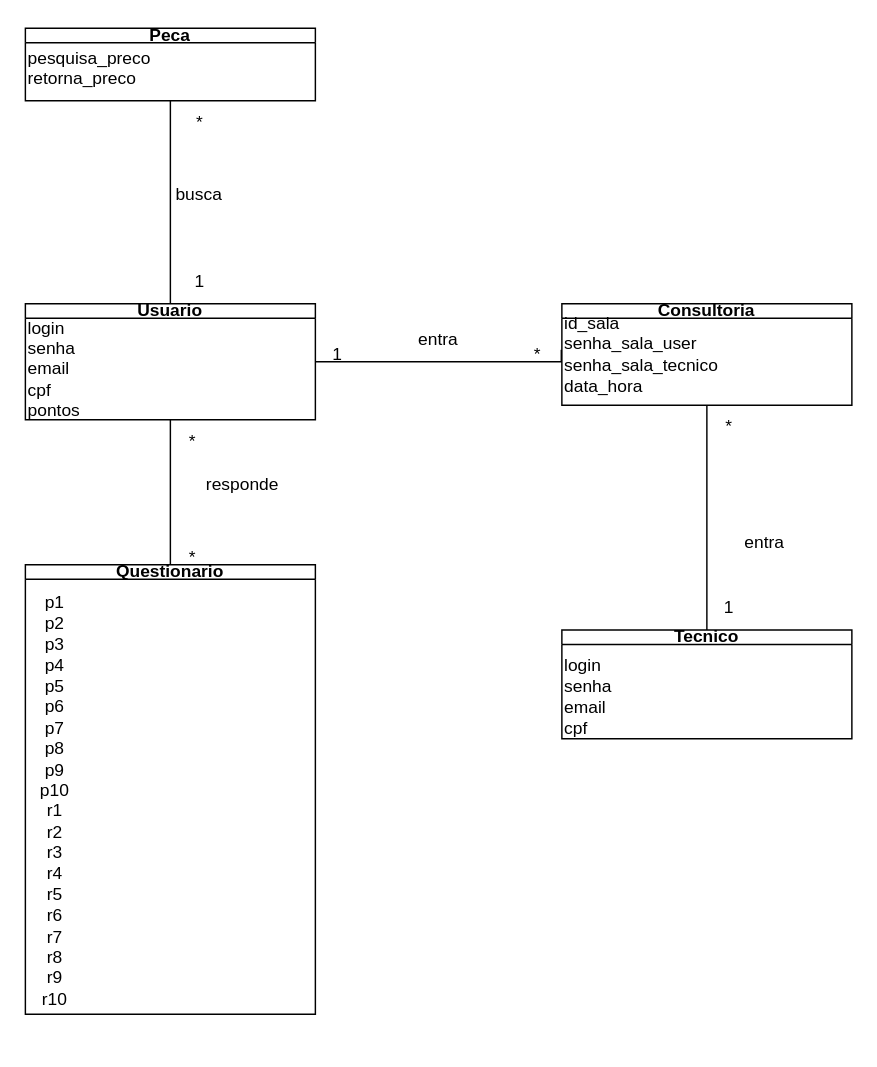
The draw.io diagram page "Page-10" (10 of 11) of Diagrama sem nome.drawio in devguina/CEFET-Software_Engineering, before the edit. Source tidied: cells renumbered, new cells numbered last; positions are measured from the earlier drawing's top-left corner, leaving out a move shared by most shapes. Both pictures are drawn from the tidied source at 145%, with x=0, y=0 at pixel (25, 28).
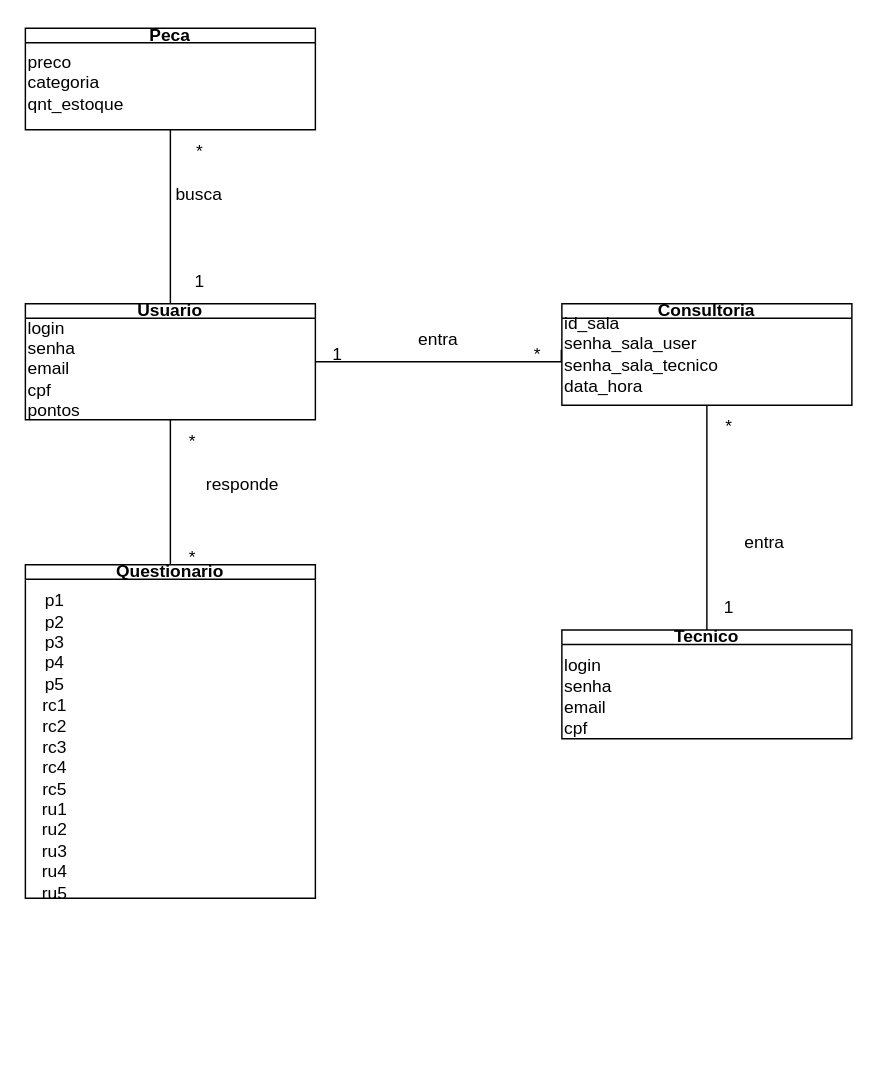
The same diagram, later.

The change refers to these unchanged cells:
```xml
<mxCell id="3" value="Usuario" style="swimlane;whiteSpace=wrap;html=1;startSize=10;" parent="1" vertex="1">
  <mxGeometry y="190" width="200" height="80" as="geometry" />
</mxCell>
```

Change to the diagram source:
```diff
@@
     <mxCell id="5" value="Questionario" style="swimlane;whiteSpace=wrap;html=1;startSize=10;" parent="1" vertex="1">
-      <mxGeometry y="370" width="200" height="310" as="geometry" />
+      <mxGeometry y="370" width="200" height="230" as="geometry" />
     </mxCell>
-    <mxCell id="6" value="&lt;div&gt;p1&lt;/div&gt;&lt;div&gt;p2&lt;/div&gt;&lt;div&gt;p3&lt;/div&gt;&lt;div&gt;p4&lt;/div&gt;&lt;div&gt;p5&lt;/div&gt;&lt;div&gt;p6&lt;/div&gt;&lt;div&gt;p7&lt;/div&gt;&lt;div&gt;p8&lt;/div&gt;&lt;div&gt;p9&lt;/div&gt;&lt;div&gt;p10&lt;/div&gt;&lt;div&gt;r1&lt;/div&gt;&lt;div&gt;r2&lt;/div&gt;&lt;div&gt;r3&lt;/div&gt;&lt;div&gt;r4&lt;/div&gt;&lt;div&gt;r5&lt;/div&gt;&lt;div&gt;r6&lt;/div&gt;&lt;div&gt;r7&lt;/div&gt;&lt;div&gt;r8&lt;/div&gt;&lt;div&gt;r9&lt;/div&gt;&lt;div&gt;r10&lt;/div&gt;&lt;div&gt;&lt;br&gt;&lt;/div&gt;" style="text;html=1;align=center;verticalAlign=middle;strokeColor=none;fillColor=none;" parent="5" vertex="1">
-      <mxGeometry y="10" width="40" height="320" as="geometry" />
+    <mxCell id="6" value="&lt;div&gt;&lt;div&gt;p1&lt;/div&gt;&lt;div&gt;p2&lt;/div&gt;&lt;div&gt;p3&lt;/div&gt;&lt;div&gt;p4&lt;/div&gt;&lt;div&gt;p5&lt;/div&gt;&lt;div&gt;rc1&lt;/div&gt;&lt;div&gt;rc2&lt;/div&gt;&lt;div&gt;rc3&lt;/div&gt;&lt;div&gt;rc4&lt;/div&gt;&lt;div&gt;rc5&lt;/div&gt;&lt;div&gt;ru1&lt;/div&gt;&lt;div&gt;ru2&lt;/div&gt;&lt;div&gt;ru3&lt;/div&gt;&lt;div&gt;ru4&lt;/div&gt;&lt;div&gt;ru5&lt;/div&gt;&lt;div&gt;&lt;br&gt;&lt;/div&gt;&lt;div&gt;&lt;br&gt;&lt;/div&gt;&lt;/div&gt;" style="text;html=1;align=center;verticalAlign=middle;strokeColor=none;fillColor=none;" parent="5" vertex="1">
+      <mxGeometry y="10" width="40" height="260" as="geometry" />
     </mxCell>
@@
     <mxCell id="22" value="Peca" style="swimlane;whiteSpace=wrap;html=1;startSize=10;" parent="1" vertex="1">
-      <mxGeometry width="200" height="50" as="geometry" />
+      <mxGeometry width="200" height="70" as="geometry" />
     </mxCell>
-    <mxCell id="23" value="pesquisa_preco&lt;div&gt;retorna_preco&lt;/div&gt;&lt;div&gt;&lt;br&gt;&lt;/div&gt;" style="text;html=1;align=left;verticalAlign=middle;strokeColor=none;fillColor=none;" parent="22" vertex="1">
-      <mxGeometry y="5" width="110" height="60" as="geometry" />
+    <mxCell id="23" value="&lt;div&gt;preco&lt;/div&gt;&lt;div&gt;categoria&lt;/div&gt;&lt;div&gt;qnt_estoque&lt;/div&gt;&lt;div&gt;&lt;br&gt;&lt;/div&gt;" style="text;html=1;align=left;verticalAlign=middle;strokeColor=none;fillColor=none;" parent="22" vertex="1">
+      <mxGeometry y="10" width="90" height="70" as="geometry" />
     </mxCell>
@@
     <mxCell id="25" value="*" style="text;html=1;align=center;verticalAlign=middle;strokeColor=none;fillColor=none;" parent="1" vertex="1">
-      <mxGeometry x="105" y="50" width="30" height="30" as="geometry" />
+      <mxGeometry x="105" y="70" width="30" height="30" as="geometry" />
     </mxCell>
@@
     <mxCell id="27" style="edgeStyle=orthogonalEdgeStyle;rounded=0;jettySize=auto;html=1;endArrow=none;endFill=0;" parent="1" edge="1" source="3">
       <mxGeometry relative="1" as="geometry">
-        <mxPoint x="100" y="50" as="targetPoint" />
+        <mxPoint x="100" y="70" as="targetPoint" />
       </mxGeometry>
     </mxCell>
```
